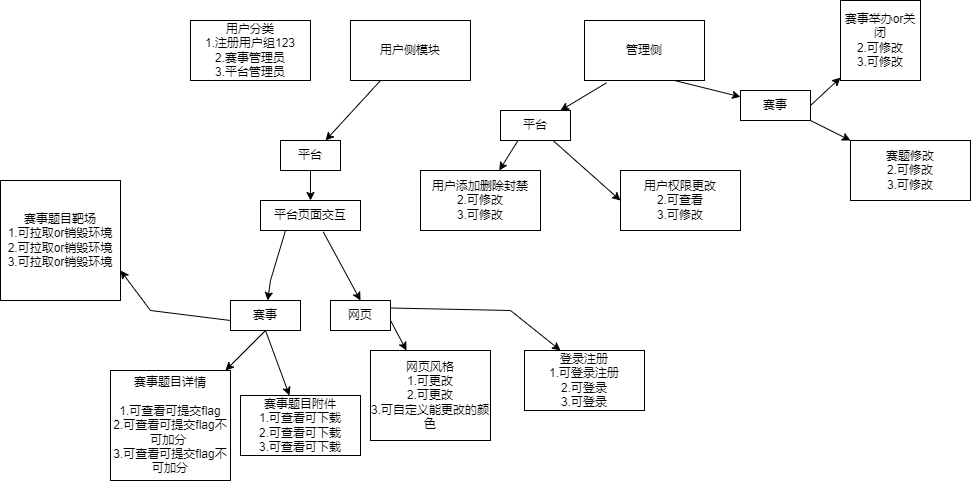
Above: drawini/draw-user.png in DWDSec/fusu (draw.io), before the change. Source tidied: cells renumbered, new cells last; positions are measured from the earlier drawing's top-left corner, leaving out a move shared by most shapes.
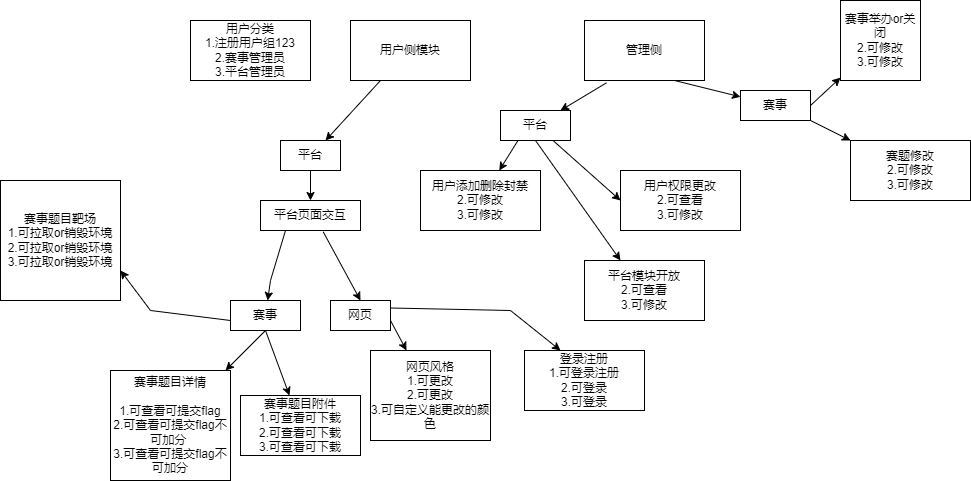
Later version of the same file.

Change to the diagram source:
```diff
@@ -123,5 +123,13 @@
     <mxCell id="34" value="赛题修改&lt;br&gt;2.可修改&lt;br&gt;3.可修改" style="rounded=0;whiteSpace=wrap;html=1;" parent="1" vertex="1">
       <mxGeometry x="850" y="140" width="120" height="60" as="geometry" />
     </mxCell>
+    <mxCell id="35" style="endArrow=classic;html=1;rounded=0;exitX=0.5;exitY=1;exitDx=0;exitDy=0;" parent="1" edge="1" source="26">
+      <mxGeometry relative="1" as="geometry">
+        <mxPoint x="620" y="260" as="targetPoint" />
+      </mxGeometry>
+    </mxCell>
+    <mxCell id="36" value="平台模块开放&lt;br&gt;2.可查看&lt;br&gt;3.可修改" style="rounded=0;whiteSpace=wrap;html=1;" parent="1" vertex="1">
+      <mxGeometry x="584" y="260" width="120" height="60" as="geometry" />
+    </mxCell>
   </root>
 </mxGraphModel>
```
